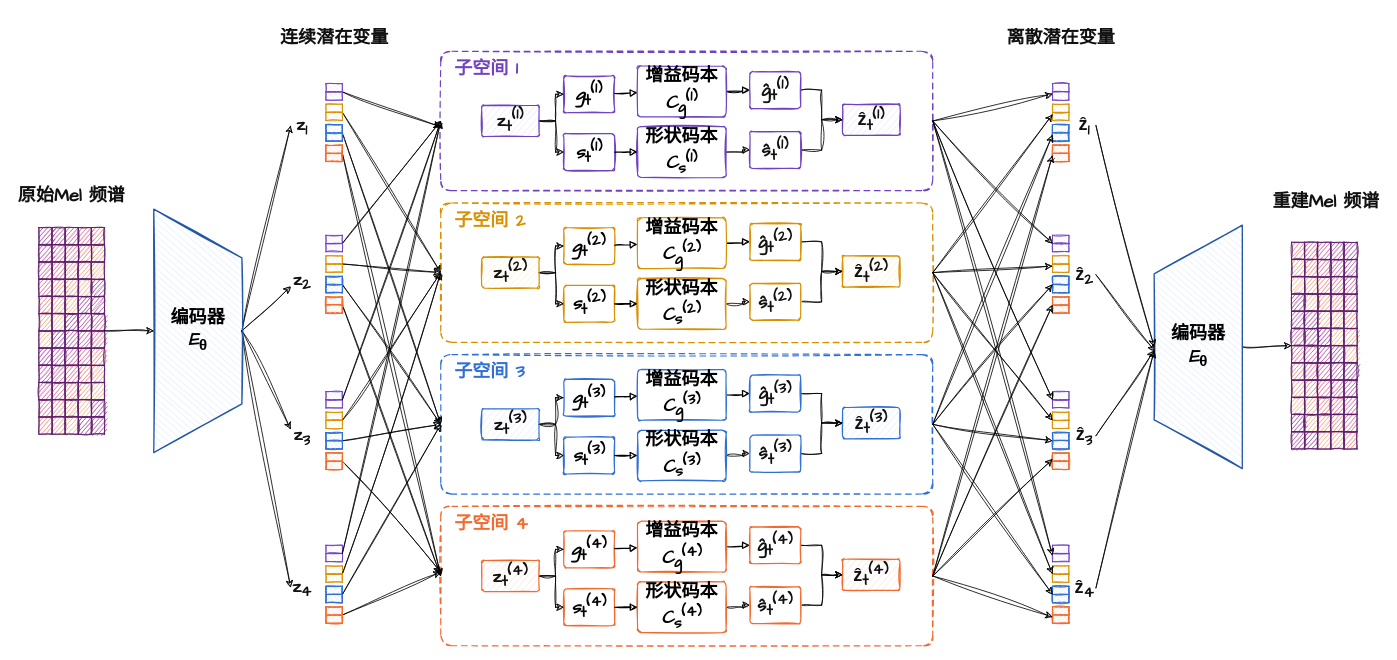
Above: 向量化.drawio in linslime/DrawIO (draw.io), before the change. Source tidied: cells renumbered, new cells numbered last; positions are measured from the earlier drawing's top-left corner, leaving out a move shared by most shapes. Both pictures are drawn from the tidied source at 82%, with x=0, y=0 at pixel (14, 14).
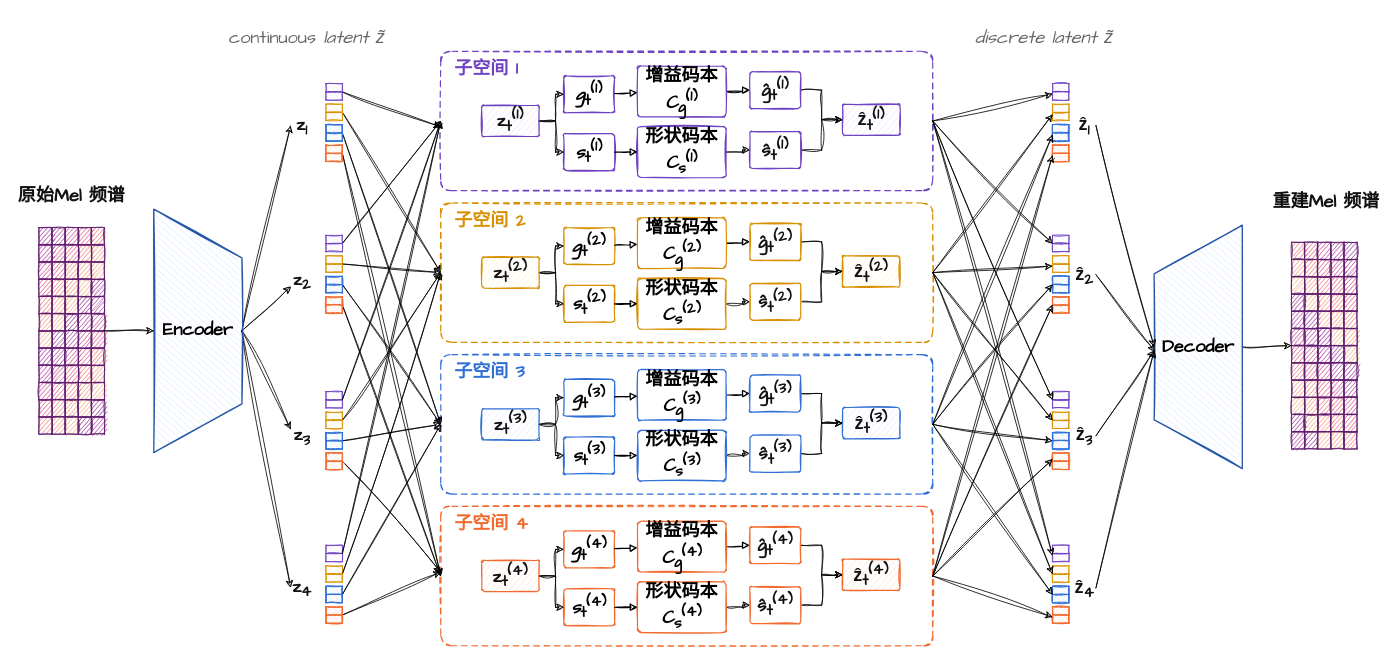
The same diagram, later.

Commit message (it also covers changes not shown here):
更新向量化.drawio

What changed in the source:
```diff
@@
-    <mxCell id="12" value="编码器&lt;br&gt;&lt;i&gt;E&lt;/i&gt;&lt;sub&gt;θ&lt;/sub&gt;" style="shape=trapezoid;perimeter=trapezoidPerimeter;direction=south;whiteSpace=wrap;html=1;strokeColor=#2457A6;fillColor=#E7F0FF;strokeWidth=1.6;sketch=1;curveFitting=1;jiggle=1;fontFamily=Comic Sans MS;fontSize=22;fontStyle=1;" parent="1" vertex="1">
+    <mxCell id="12" value="Encoder" style="shape=trapezoid;perimeter=trapezoidPerimeter;direction=south;whiteSpace=wrap;html=1;strokeColor=#2457A6;fillColor=#E7F0FF;strokeWidth=1.6;sketch=1;curveFitting=1;jiggle=1;fontFamily=Comic Sans MS;fontSize=22;fontStyle=1;" parent="1" vertex="1">
       <mxGeometry x="170" y="237.6" width="107.5" height="296.8" as="geometry" />
     </mxCell>
@@
-    <mxCell id="15" value="连续潜在变量" style="text;html=1;strokeColor=none;fillColor=none;align=center;verticalAlign=middle;whiteSpace=wrap;overflow=hidden;fontFamily=Comic Sans MS;fontSize=22;fontColor=#111111;align=center;fontStyle=1;" parent="1" vertex="1">
-      <mxGeometry x="312.5" width="155" height="60" as="geometry" />
-    </mxCell>
@@
-    <mxCell id="59" value="编码器&lt;br&gt;&lt;i&gt;E&lt;/i&gt;&lt;sub&gt;θ&lt;/sub&gt;" style="shape=trapezoid;perimeter=trapezoidPerimeter;direction=north;whiteSpace=wrap;html=1;strokeColor=#2457A6;fillColor=#E7F0FF;strokeWidth=1.6;sketch=1;curveFitting=1;jiggle=1;fontFamily=Comic Sans MS;fontSize=22;fontStyle=1;" parent="1" vertex="1">
+    <mxCell id="59" value="Decoder" style="shape=trapezoid;perimeter=trapezoidPerimeter;direction=north;whiteSpace=wrap;html=1;strokeColor=#2457A6;fillColor=#E7F0FF;strokeWidth=1.6;sketch=1;curveFitting=1;jiggle=1;fontFamily=Comic Sans MS;fontSize=22;fontStyle=1;" parent="1" vertex="1">
       <mxGeometry x="1390" y="257.1" width="107.5" height="296.8" as="geometry" />
     </mxCell>
@@
-    <mxCell id="373" value="离散潜在变量" style="text;html=1;strokeColor=none;fillColor=none;align=center;verticalAlign=middle;whiteSpace=wrap;overflow=hidden;fontFamily=Comic Sans MS;fontSize=22;fontColor=#111111;align=center;fontStyle=1;" parent="1" vertex="1">
-      <mxGeometry x="1198.5" width="155" height="60" as="geometry" />
-    </mxCell>
+    <mxCell id="374" value="&lt;font&gt;&lt;i&gt;&lt;span style=&quot;color: light-dark(rgb(102, 102, 102), rgb(149, 149, 149));&quot;&gt;discrete latent&amp;nbsp;&lt;/span&gt;&lt;span style=&quot;color: rgb(102, 102, 102);&quot;&gt;z̃&lt;/span&gt;&lt;/i&gt;&lt;/font&gt;" style="text;html=1;strokeColor=none;fillColor=none;align=left;verticalAlign=middle;fontSize=22;fontFamily=Comic Sans MS;fontColor=default;fontStyle=0;" parent="1" vertex="1">
+      <mxGeometry x="1170" y="15" width="261" height="30" as="geometry" />
+    </mxCell>
+    <mxCell id="375" value="&lt;font style=&quot;color: rgb(102, 102, 102);&quot;&gt;continuous&lt;i&gt;&amp;nbsp;latent&amp;nbsp;&lt;span style=&quot;color: rgb(102, 102, 102);&quot;&gt;z̃&lt;/span&gt;&lt;/i&gt;&lt;/font&gt;" style="text;html=1;strokeColor=none;fillColor=none;align=left;verticalAlign=middle;fontSize=22;fontFamily=Comic Sans MS;fontColor=default;fontStyle=0;" parent="1" vertex="1">
+      <mxGeometry x="260" y="15" width="261" height="30" as="geometry" />
+    </mxCell>
```
